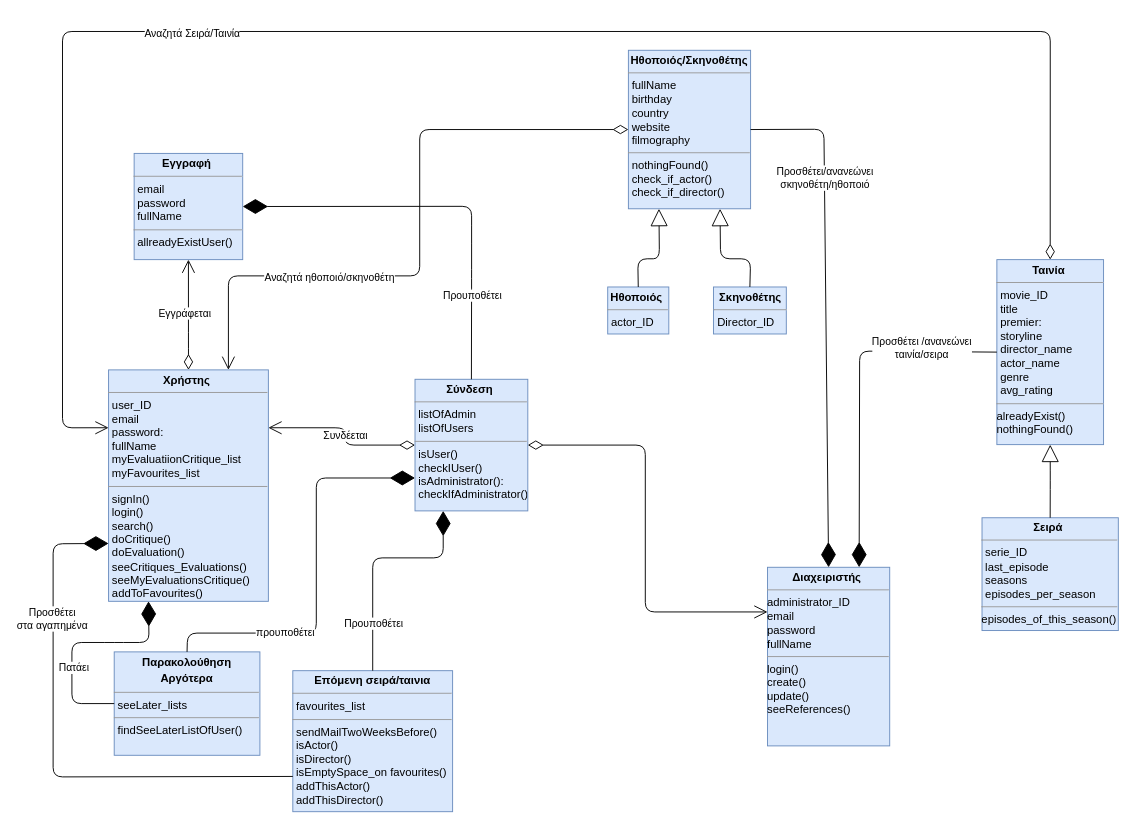
Above: ArtemisErg.drawio in MelTsesmelis/group51 (draw.io), before the change. Source tidied: cells renumbered, new cells numbered last; positions are measured from the earlier drawing's top-left corner, leaving out a move shared by most shapes. Both pictures are drawn from the tidied source at 94%, with x=0, y=0 at pixel (53, 31).
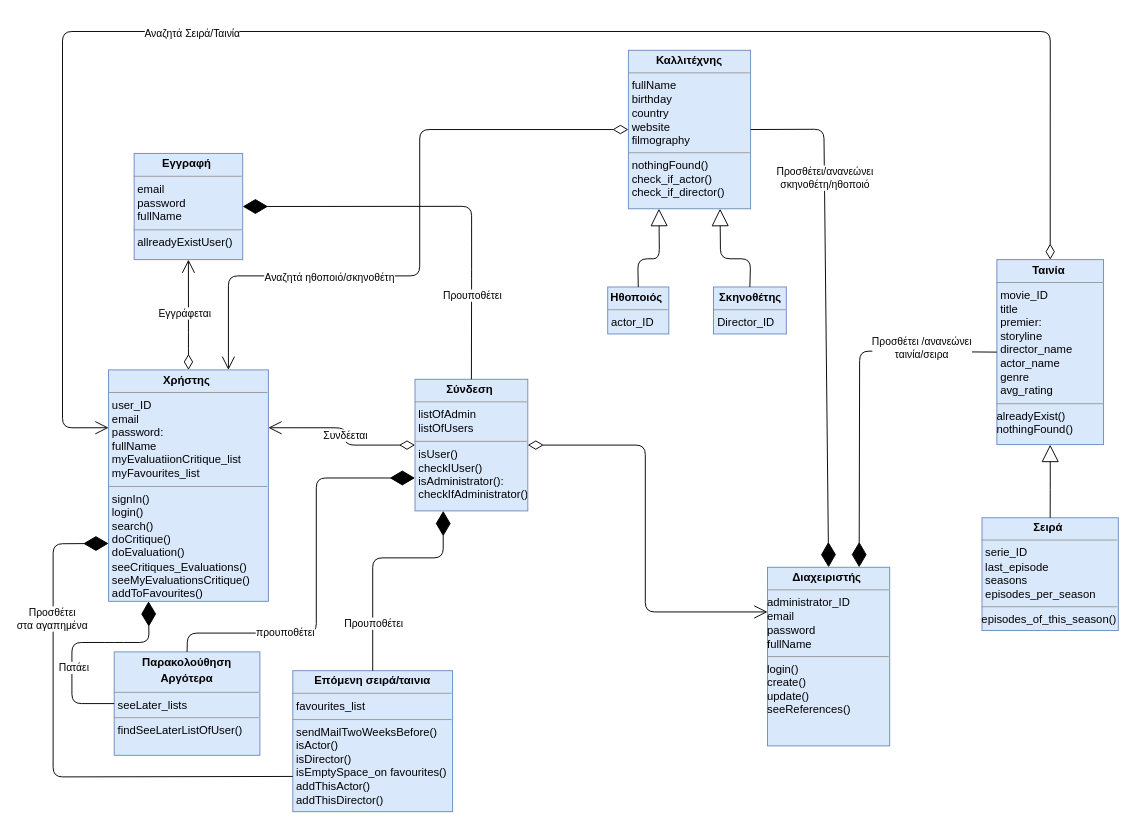
The same page after the edit.

The edit, as a diff of the source:
```diff
@@
-    <mxCell id="12" value="&lt;p style=&quot;margin: 0px ; margin-top: 4px ; text-align: center&quot;&gt;&lt;b&gt;Ηθοποιός/Σκηνοθέτης&lt;/b&gt;&lt;/p&gt;&lt;hr size=&quot;1&quot;&gt;&lt;p style=&quot;margin: 0px 0px 0px 4px&quot;&gt;&lt;span&gt;fullName&lt;/span&gt;&lt;br&gt;&lt;/p&gt;&lt;p style=&quot;margin: 0px 0px 0px 4px&quot;&gt;birthday&lt;/p&gt;&lt;p style=&quot;margin: 0px 0px 0px 4px&quot;&gt;country&lt;/p&gt;&lt;p style=&quot;margin: 0px 0px 0px 4px&quot;&gt;website&lt;/p&gt;&lt;p style=&quot;margin: 0px 0px 0px 4px&quot;&gt;filmography&lt;/p&gt;&lt;hr size=&quot;1&quot;&gt;&lt;p style=&quot;margin: 0px ; margin-left: 4px&quot;&gt;&lt;span&gt;nothingFound()&lt;/span&gt;&lt;br&gt;&lt;/p&gt;&lt;p style=&quot;margin: 0px ; margin-left: 4px&quot;&gt;check_if_actor()&lt;/p&gt;&lt;p style=&quot;margin: 0px ; margin-left: 4px&quot;&gt;check_if_director()&lt;/p&gt;" style="verticalAlign=top;align=left;overflow=fill;fontSize=12;fontFamily=Helvetica;html=1;fillColor=#dae8fc;strokeColor=#6c8ebf;" parent="1" vertex="1">
+    <mxCell id="12" value="&lt;p style=&quot;margin: 0px ; margin-top: 4px ; text-align: center&quot;&gt;&lt;b&gt;Καλλιτέχνης&lt;/b&gt;&lt;/p&gt;&lt;hr size=&quot;1&quot;&gt;&lt;p style=&quot;margin: 0px 0px 0px 4px&quot;&gt;&lt;span&gt;fullName&lt;/span&gt;&lt;br&gt;&lt;/p&gt;&lt;p style=&quot;margin: 0px 0px 0px 4px&quot;&gt;birthday&lt;/p&gt;&lt;p style=&quot;margin: 0px 0px 0px 4px&quot;&gt;country&lt;/p&gt;&lt;p style=&quot;margin: 0px 0px 0px 4px&quot;&gt;website&lt;/p&gt;&lt;p style=&quot;margin: 0px 0px 0px 4px&quot;&gt;filmography&lt;/p&gt;&lt;hr size=&quot;1&quot;&gt;&lt;p style=&quot;margin: 0px ; margin-left: 4px&quot;&gt;&lt;span&gt;nothingFound()&lt;/span&gt;&lt;br&gt;&lt;/p&gt;&lt;p style=&quot;margin: 0px ; margin-left: 4px&quot;&gt;check_if_actor()&lt;/p&gt;&lt;p style=&quot;margin: 0px ; margin-left: 4px&quot;&gt;check_if_director()&lt;/p&gt;" style="verticalAlign=top;align=left;overflow=fill;fontSize=12;fontFamily=Helvetica;html=1;fillColor=#dae8fc;strokeColor=#6c8ebf;" parent="1" vertex="1">
       <mxGeometry x="612" y="20" width="130" height="168.6" as="geometry" />
     </mxCell>
```
